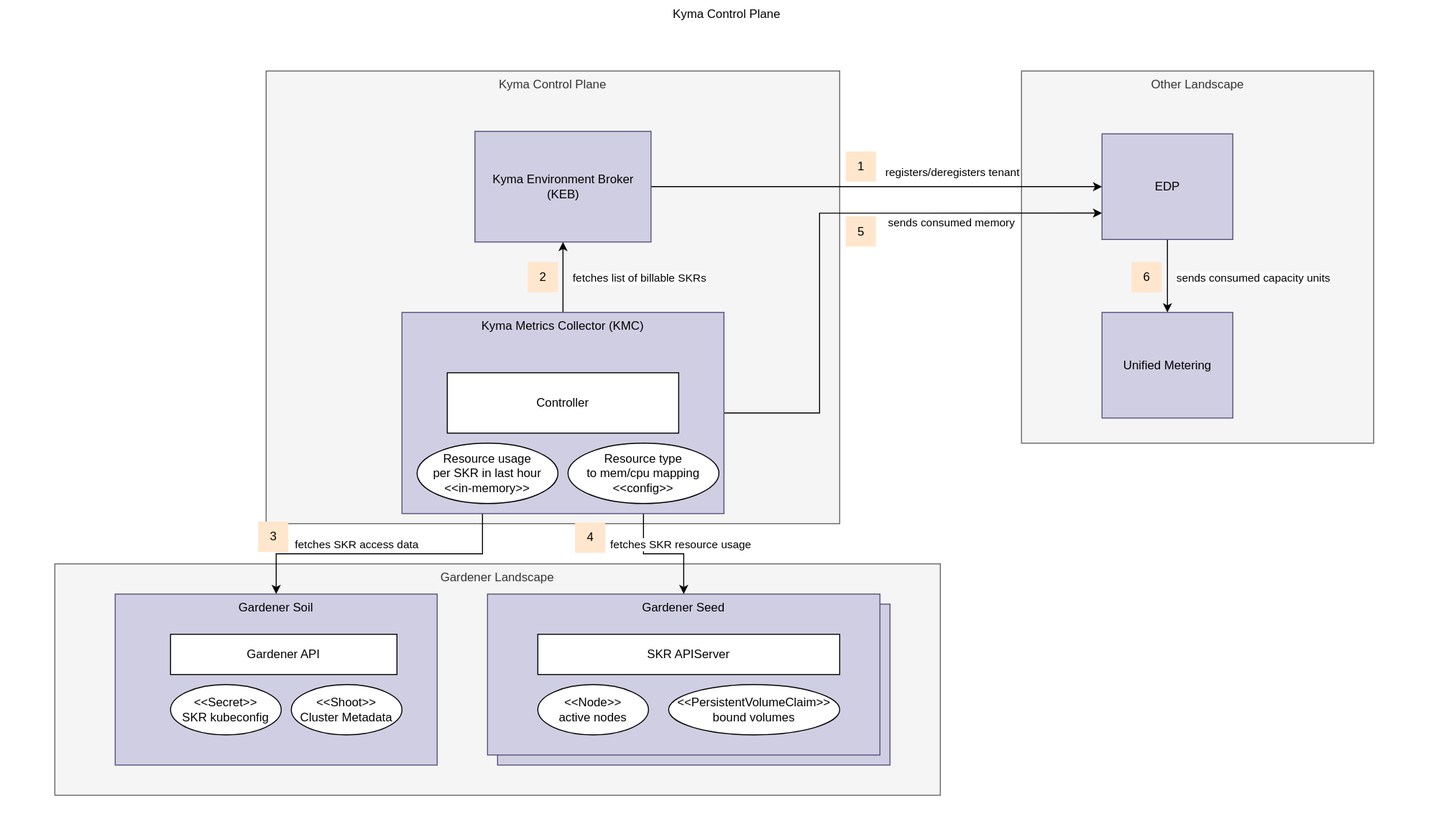
Above: docs/contributor/assets/arch.drawio.svg in kyma-project/kyma-metrics-collector (draw.io), before the change. Source tidied: cells renumbered, new cells last; positions are measured from the earlier drawing's top-left corner, leaving out a move shared by most shapes.
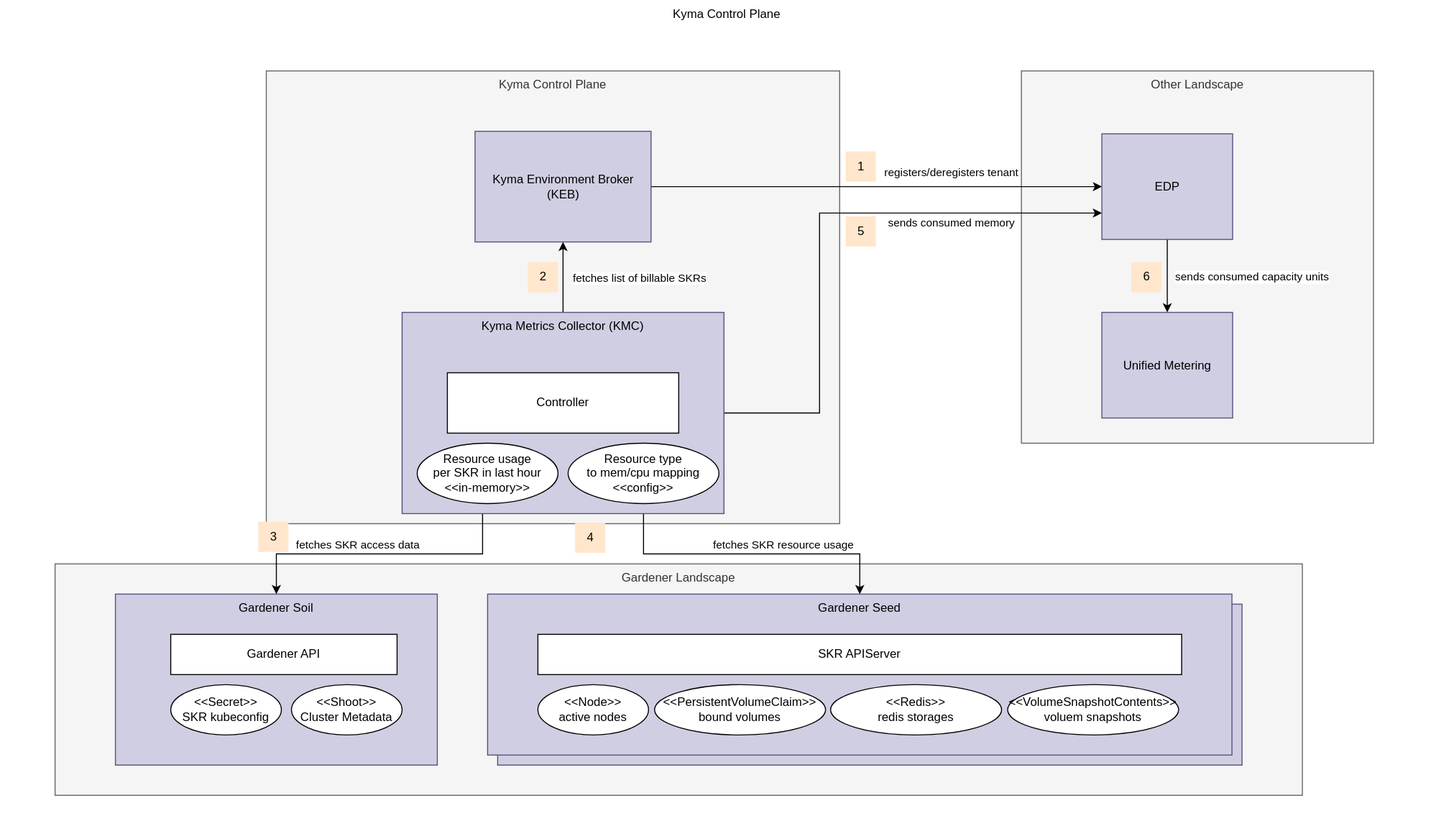
Above is the later version.

The edit, as a diff of the source:
```diff
@@ -6,7 +6,7 @@
       <mxGeometry width="1444" height="820" as="geometry" />
     </mxCell>
     <mxCell id="3" value="Gardener Landscape" style="rounded=0;whiteSpace=wrap;html=1;verticalAlign=top;fillColor=#f5f5f5;fontColor=#333333;strokeColor=#666666;" parent="1" vertex="1">
-      <mxGeometry x="54" y="560" width="880" height="230" as="geometry" />
+      <mxGeometry x="54" y="560" width="1240" height="230" as="geometry" />
     </mxCell>
     <mxCell id="4" value="Other Landscape" style="rounded=0;whiteSpace=wrap;html=1;verticalAlign=top;fillColor=#f5f5f5;fontColor=#333333;strokeColor=#666666;" parent="1" vertex="1">
       <mxGeometry x="1014.7" y="70" width="350" height="370" as="geometry" />
@@ -15,7 +15,7 @@
       <mxGeometry x="264" y="70" width="570" height="450" as="geometry" />
     </mxCell>
     <mxCell id="6" value="Gardener Seed" style="rounded=0;whiteSpace=wrap;html=1;fillColor=#d0cee2;strokeColor=#56517e;verticalAlign=top;" parent="1" vertex="1">
-      <mxGeometry x="494" y="600" width="390" height="160" as="geometry" />
+      <mxGeometry x="494" y="600" width="740" height="160" as="geometry" />
     </mxCell>
     <mxCell id="7" value="Gardener Soil" style="rounded=0;whiteSpace=wrap;html=1;fillColor=#d0cee2;strokeColor=#56517e;verticalAlign=top;" parent="1" vertex="1">
       <mxGeometry x="114" y="590" width="320" height="170" as="geometry" />
@@ -30,16 +30,16 @@
       <mxGeometry x="289" y="680" width="110" height="50" as="geometry" />
     </mxCell>
     <mxCell id="11" value="Gardener Seed" style="rounded=0;whiteSpace=wrap;html=1;fillColor=#d0cee2;strokeColor=#56517e;verticalAlign=top;" parent="1" vertex="1">
-      <mxGeometry x="484" y="590" width="390" height="160" as="geometry" />
+      <mxGeometry x="484" y="590" width="740" height="160" as="geometry" />
     </mxCell>
     <mxCell id="12" value="SKR APIServer" style="rounded=0;whiteSpace=wrap;html=1;" parent="1" vertex="1">
-      <mxGeometry x="534" y="630" width="300" height="40" as="geometry" />
+      <mxGeometry x="534" y="630" width="640" height="40" as="geometry" />
     </mxCell>
     <mxCell id="13" value="&amp;lt;&amp;lt;Node&amp;gt;&amp;gt;&lt;br&gt;active nodes" style="ellipse;whiteSpace=wrap;html=1;" parent="1" vertex="1">
       <mxGeometry x="534" y="680" width="110" height="50" as="geometry" />
     </mxCell>
     <mxCell id="14" value="&amp;lt;&amp;lt;PersistentVolumeClaim&amp;gt;&amp;gt;&lt;br&gt;bound volumes" style="ellipse;whiteSpace=wrap;html=1;" parent="1" vertex="1">
-      <mxGeometry x="664" y="680" width="170" height="50" as="geometry" />
+      <mxGeometry x="650" y="680" width="170" height="50" as="geometry" />
     </mxCell>
     <mxCell id="15" style="edgeStyle=orthogonalEdgeStyle;rounded=0;jettySize=auto;html=1;exitX=0.25;exitY=1;exitDx=0;exitDy=0;" parent="1" edge="1" source="23" target="7">
       <mxGeometry relative="1" as="geometry" />
@@ -133,5 +133,11 @@
     <mxCell id="39" value="6" style="text;html=1;align=center;verticalAlign=middle;strokeColor=none;fillColor=#FFE6CC;" parent="1" vertex="1">
       <mxGeometry x="1124" y="260" width="30" height="30" as="geometry" />
     </mxCell>
+    <mxCell id="40" value="&amp;lt;&amp;lt;Redis&amp;gt;&amp;gt;&lt;br&gt;Redis instances" style="ellipse;whiteSpace=wrap;html=1;" parent="1" vertex="1">
+      <mxGeometry x="825" y="680" width="170" height="50" as="geometry" />
+    </mxCell>
+    <mxCell id="41" value="&amp;lt;&amp;lt;VolumeSnapshotContents&amp;gt;&amp;gt;&lt;br&gt;voluem snapshots" style="ellipse;whiteSpace=wrap;html=1;" parent="1" vertex="1">
+      <mxGeometry x="1001" y="680" width="170" height="50" as="geometry" />
+    </mxCell>
   </root>
 </mxGraphModel>
```
